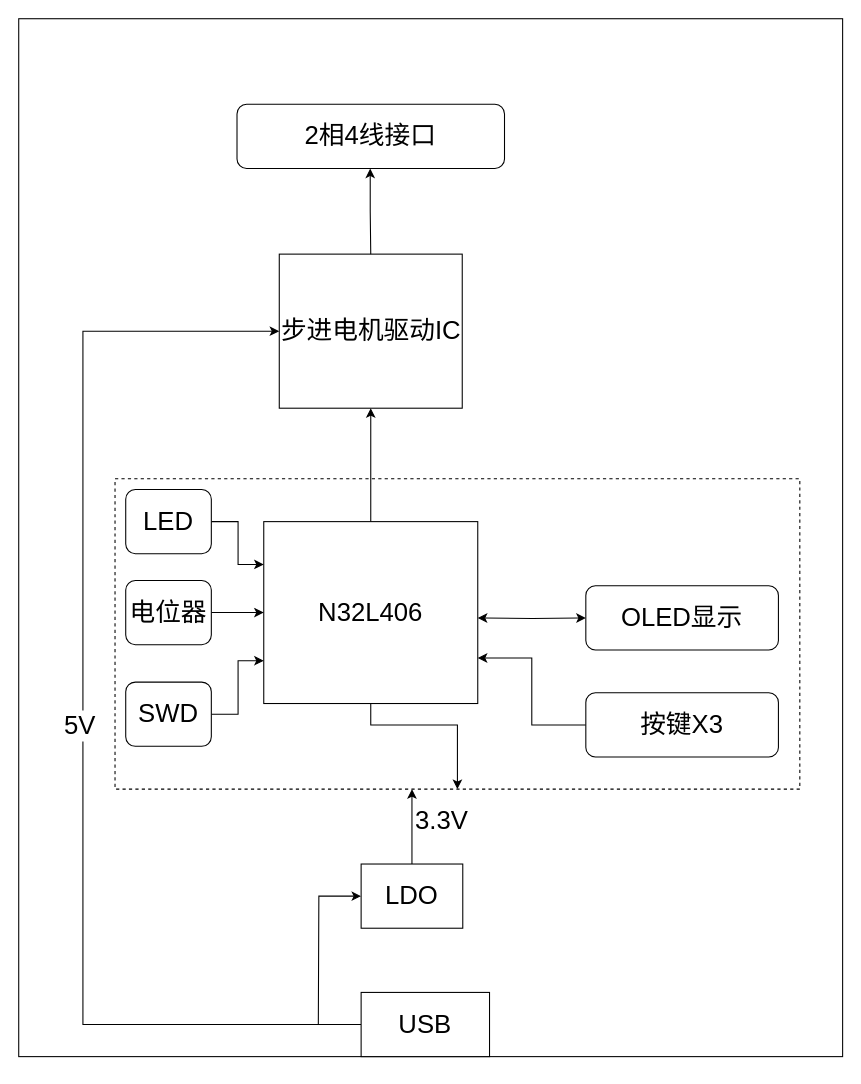
The draw.io diagram PAD_MOTOR.drawio in cj942/TBOX, before the edit. Source tidied: cells renumbered, new cells numbered last; positions are measured from the earlier drawing's top-left corner, leaving out a move shared by most shapes. Both pictures are drawn from the tidied source at 107%, with x=0, y=0 at pixel (18, 18).
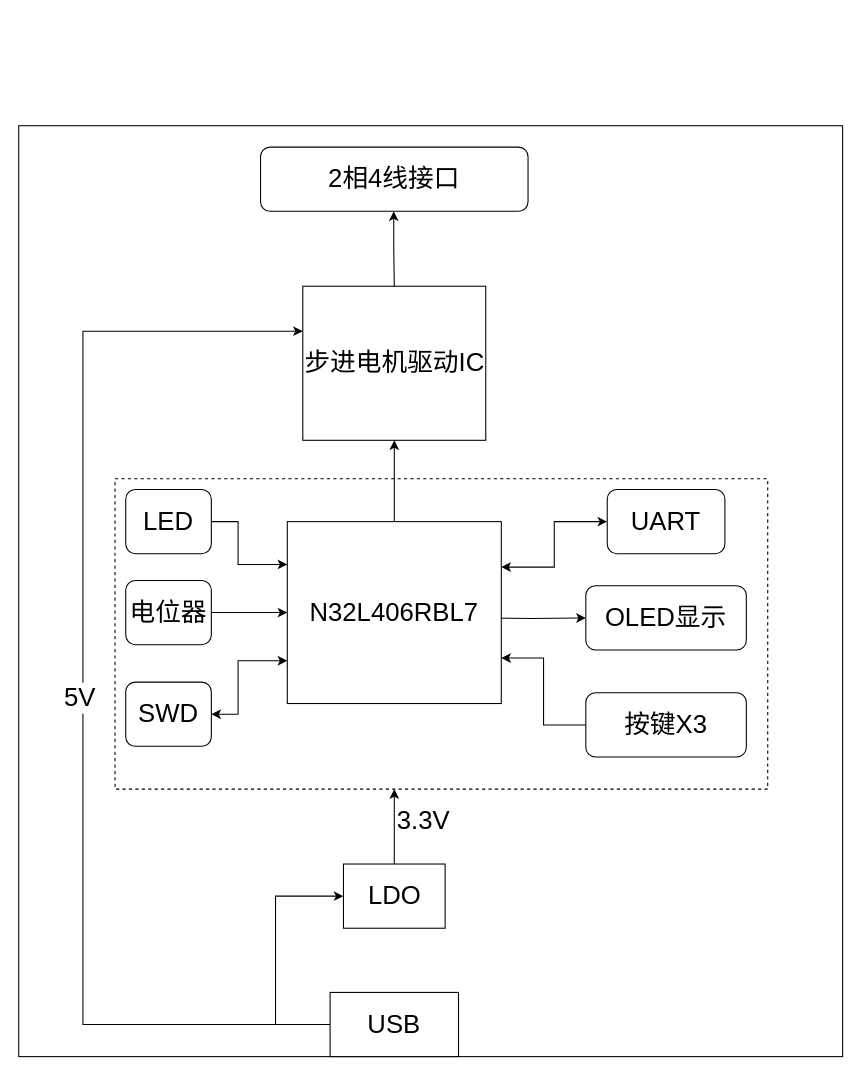
Above is the later version.

The change refers to these unchanged cells:
```xml
<mxCell id="25" value="&lt;span style=&quot;font-size: 24px&quot;&gt;SWD&lt;/span&gt;" style="rounded=1;whiteSpace=wrap;html=1;" parent="1" vertex="1">
  <mxGeometry x="100" y="620" width="80" height="60" as="geometry" />
</mxCell>
```

What changed in the source:
```diff
@@
     <mxCell id="2" style="rounded=0;whiteSpace=wrap;html=1;" parent="1" vertex="1">
-      <mxGeometry width="770" height="970" as="geometry" />
+      <mxGeometry y="100" width="770" height="870" as="geometry" />
     </mxCell>
     <mxCell id="3" style="rounded=0;whiteSpace=wrap;html=1;fontSize=24;shadow=0;sketch=0;glass=0;dashed=1;" parent="1" vertex="1">
-      <mxGeometry x="90" y="430" width="640" height="290" as="geometry" />
+      <mxGeometry x="90" y="430" width="610" height="290" as="geometry" />
     </mxCell>
@@
     <mxCell id="7" value="&lt;font style=&quot;font-size: 24px&quot;&gt;USB&lt;/font&gt;" style="rounded=0;whiteSpace=wrap;html=1;" parent="1" vertex="1">
-      <mxGeometry x="320" y="910" width="120" height="60" as="geometry" />
+      <mxGeometry x="291" y="910" width="120" height="60" as="geometry" />
     </mxCell>
@@
     <mxCell id="9" value="&lt;font style=&quot;font-size: 24px&quot;&gt;步进电机驱动IC&lt;/font&gt;" style="rounded=0;whiteSpace=wrap;html=1;" parent="1" vertex="1">
-      <mxGeometry x="243.5" y="220" width="171" height="144" as="geometry" />
+      <mxGeometry x="265.5" y="250" width="171" height="144" as="geometry" />
     </mxCell>
     <mxCell id="10" value="&lt;font style=&quot;font-size: 24px&quot;&gt;OLED显示&lt;/font&gt;" style="rounded=1;whiteSpace=wrap;html=1;" parent="1" vertex="1">
-      <mxGeometry x="530" y="530" width="180" height="60" as="geometry" />
+      <mxGeometry x="530" y="530" width="150" height="60" as="geometry" />
     </mxCell>
@@
     <mxCell id="12" value="&lt;font style=&quot;font-size: 24px&quot;&gt;2相4线接口&lt;/font&gt;" style="rounded=1;whiteSpace=wrap;html=1;" parent="1" vertex="1">
-      <mxGeometry x="204" y="80" width="250" height="60" as="geometry" />
+      <mxGeometry x="226" y="120" width="250" height="60" as="geometry" />
     </mxCell>
@@
-    <mxCell id="14" style="edgeStyle=orthogonalEdgeStyle;rounded=0;jettySize=auto;html=1;startArrow=none;startFill=0;fontSize=24;" parent="1" edge="1" source="15" target="3">
-      <mxGeometry relative="1" as="geometry" />
-    </mxCell>
-    <mxCell id="15" value="&lt;span style=&quot;font-size: 24px&quot;&gt;N32L406&lt;/span&gt;" style="rounded=0;whiteSpace=wrap;html=1;" parent="1" vertex="1">
-      <mxGeometry x="229" y="470" width="200" height="170" as="geometry" />
+    <mxCell id="15" value="&lt;span style=&quot;font-size: 24px&quot;&gt;N32L406RBL7&lt;/span&gt;" style="rounded=0;whiteSpace=wrap;html=1;" parent="1" vertex="1">
+      <mxGeometry x="251" y="470" width="200" height="170" as="geometry" />
     </mxCell>
     <mxCell id="16" style="edgeStyle=orthogonalEdgeStyle;rounded=0;jettySize=auto;html=1;startArrow=classic;startFill=1;endArrow=none;endFill=0;fontSize=24;" parent="1" edge="1" source="19">
       <mxGeometry relative="1" as="geometry">
         <mxPoint x="280" y="940" as="targetPoint" />
+        <Array as="points">
+          <mxPoint x="240" y="820" />
+          <mxPoint x="240" y="940" />
+        </Array>
       </mxGeometry>
     </mxCell>
     <mxCell id="17" style="edgeStyle=orthogonalEdgeStyle;rounded=0;jettySize=auto;html=1;startArrow=none;startFill=0;endArrow=classic;endFill=1;fontSize=24;" parent="1" edge="1" source="19" target="3">
       <mxGeometry relative="1" as="geometry">
         <Array as="points">
-          <mxPoint x="368" y="760" />
-          <mxPoint x="368" y="760" />
+          <mxPoint x="351" y="750" />
+          <mxPoint x="351" y="750" />
         </Array>
       </mxGeometry>
     </mxCell>
@@
     <mxCell id="19" value="LDO" style="rounded=0;whiteSpace=wrap;html=1;fontSize=24;" parent="1" vertex="1">
-      <mxGeometry x="320" y="790" width="95" height="60" as="geometry" />
+      <mxGeometry x="303.5" y="790" width="95" height="60" as="geometry" />
     </mxCell>
@@
     <mxCell id="21" value="&lt;span style=&quot;font-size: 24px&quot;&gt;按键X3&lt;/span&gt;" style="rounded=1;whiteSpace=wrap;html=1;" parent="1" vertex="1">
-      <mxGeometry x="530" y="630" width="180" height="60" as="geometry" />
+      <mxGeometry x="530" y="630" width="150" height="60" as="geometry" />
     </mxCell>
@@
-    <mxCell id="24" style="edgeStyle=orthogonalEdgeStyle;rounded=0;jettySize=auto;html=1;startArrow=none;startFill=0;fontSize=24;" parent="1" edge="1" source="25" target="15">
+    <mxCell id="24" style="edgeStyle=orthogonalEdgeStyle;rounded=0;jettySize=auto;html=1;startArrow=classic;startFill=1;fontSize=24;" parent="1" edge="1" source="25" target="15">
       <mxGeometry relative="1" as="geometry">
         <Array as="points">
           <mxPoint x="205" y="650" />
           <mxPoint x="205" y="600" />
         </Array>
       </mxGeometry>
     </mxCell>
@@
+    <mxCell id="28" style="edgeStyle=orthogonalEdgeStyle;rounded=0;jettySize=auto;html=1;entryX=1;entryY=0.25;entryDx=0;entryDy=0;startArrow=classic;startFill=1;fontSize=24;" parent="1" edge="1" source="29" target="15">
+      <mxGeometry relative="1" as="geometry" />
+    </mxCell>
+    <mxCell id="29" value="&lt;span style=&quot;font-size: 24px&quot;&gt;UART&lt;/span&gt;" style="rounded=1;whiteSpace=wrap;html=1;" parent="1" vertex="1">
+      <mxGeometry x="550" y="440" width="110" height="60" as="geometry" />
+    </mxCell>
```
